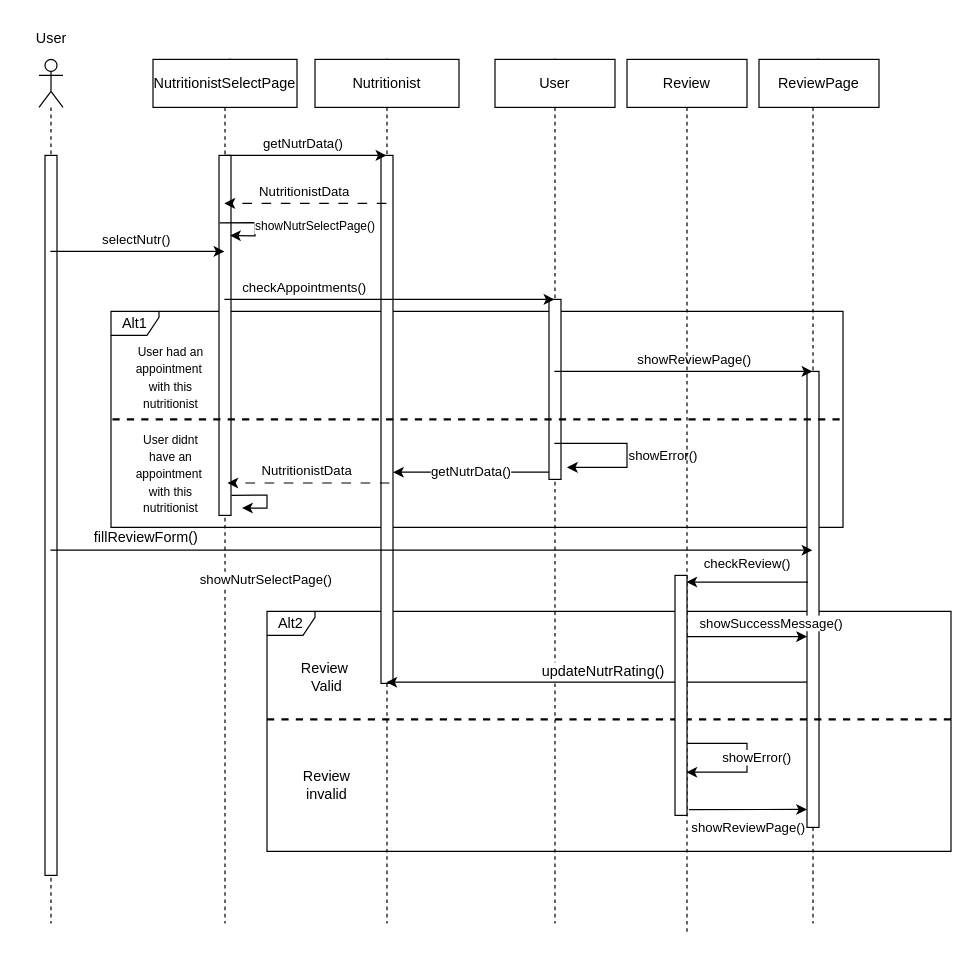
Dionkaps/Eu-Zin keeps this draw.io diagram as ΤΕΛΙΚΟ ΠΑΡΑΔΟΤΕΟ/Sequence-diagrams-v1.0/sd_αξιολόγηση_διατροφολογου.drawio. Above is the earlier version. Source tidied: cells renumbered, new cells numbered last; positions are measured from the earlier drawing's top-left corner, leaving out a move shared by most shapes. Both pictures are drawn from the tidied source at 120%, with x=0, y=0 at pixel (20, 20).
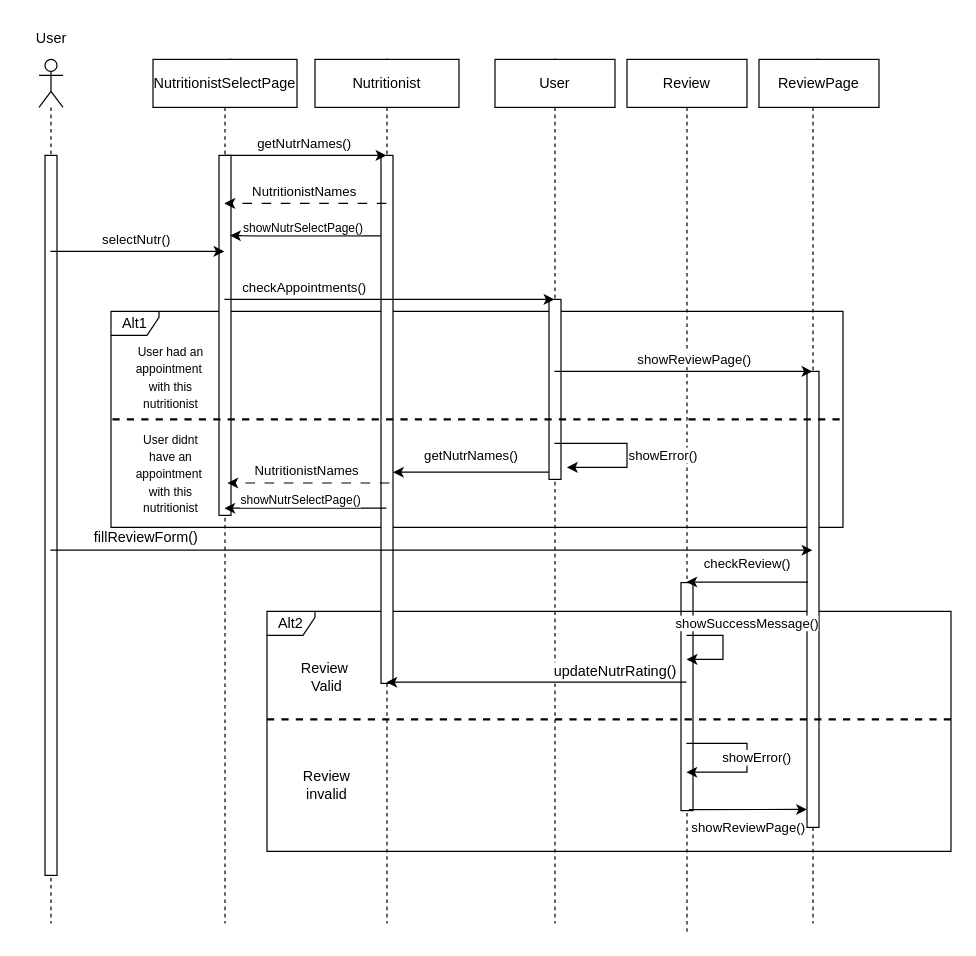
Above is the later version.

Unchanged cells that the change refers to:
```xml
<mxCell id="8" style="shape=umlLifeline;participant=umlBoundary;perimeter=lifelinePerimeter;whiteSpace=wrap;html=1;verticalAlign=top;spacingTop=36;outlineConnect=0;" parent="1" vertex="1">
  <mxGeometry x="145" y="32" width="50" height="720" as="geometry" />
</mxCell>
<mxCell id="11" style="shape=umlLifeline;participant=umlEntity;perimeter=lifelinePerimeter;whiteSpace=wrap;html=1;verticalAlign=top;spacingTop=36;outlineConnect=0;" parent="1" vertex="1">
  <mxGeometry x="285" y="32" width="40" height="720" as="geometry" />
</mxCell>
<mxCell id="14" style="html=1;points=[];perimeter=orthogonalPerimeter;fontSize=12;" parent="13" vertex="1">
  <mxGeometry x="20" y="260" width="10" height="380" as="geometry" />
</mxCell>
```

What changed in the source:
```diff
@@
+    <mxCell id="34" value="Review" style="shape=umlLifeline;perimeter=lifelinePerimeter;whiteSpace=wrap;html=1;outlineConnect=0;portConstraint=eastwest;newEdgeStyle={&quot;edgeStyle&quot;:&quot;elbowEdgeStyle&quot;,&quot;elbow&quot;:&quot;vertical&quot;,&quot;curved&quot;:0,&quot;rounded&quot;:0};" parent="1" vertex="1">
+      <mxGeometry x="505" y="32" width="100" height="730" as="geometry" />
+    </mxCell>
+    <mxCell id="43" style="html=1;perimeter=orthogonalPerimeter;" parent="1" vertex="1">
+      <mxGeometry x="550" y="468" width="10" height="190" as="geometry" />
+    </mxCell>
@@
-    <mxCell id="10" value="showNutrSelectPage()" style="endArrow=classic;html=1;rounded=0;entryX=0.92;entryY=0.284;entryDx=0;entryDy=0;entryPerimeter=0;exitX=0.04;exitY=0.232;exitDx=0;exitDy=0;exitPerimeter=0;fontSize=10;" parent="8" edge="1">
-      <mxGeometry x="0.09" y="50" relative="1" as="geometry">
-        <mxPoint x="20.4" y="136.3" as="sourcePoint" />
+    <mxCell id="10" value="showNutrSelectPage()" style="endArrow=classic;html=1;rounded=0;entryX=0.92;entryY=0.284;entryDx=0;entryDy=0;entryPerimeter=0;fontSize=10;" parent="8" edge="1" source="11">
+      <mxGeometry x="0.07" y="-7" relative="1" as="geometry">
         <mxPoint x="29.2" y="146.8" as="targetPoint" />
         <Array as="points">
-          <mxPoint x="50" y="136" />
+          <mxPoint x="70" y="147" />
+          <mxPoint x="60" y="147" />
           <mxPoint x="50" y="147" />
         </Array>
       </mxGeometry>
     </mxCell>
@@
-    <mxCell id="15" value="getNutrData()" style="endArrow=classic;html=1;rounded=0;" parent="1" edge="1" source="8" target="11">
-      <mxGeometry x="-0.03" y="10" relative="1" as="geometry">
+    <mxCell id="15" value="&lt;span style=&quot;color: rgb(0, 0, 0); font-family: Helvetica; font-size: 11px; font-style: normal; font-variant-ligatures: normal; font-variant-caps: normal; font-weight: 400; letter-spacing: normal; orphans: 2; text-align: center; text-indent: 0px; text-transform: none; widows: 2; word-spacing: 0px; -webkit-text-stroke-width: 0px; background-color: rgb(255, 255, 255); text-decoration-thickness: initial; text-decoration-style: initial; text-decoration-color: initial; float: none; display: inline !important;&quot;&gt;getNutrNames()&lt;/span&gt;" style="endArrow=classic;html=1;rounded=0;" parent="1" edge="1" source="8" target="11">
+      <mxGeometry x="-0.02" y="10" relative="1" as="geometry">
         <Array as="points">
           <mxPoint x="255" y="112" />
         </Array>
       </mxGeometry>
     </mxCell>
-    <mxCell id="16" value="NutritionistData" style="endArrow=classic;html=1;rounded=0;dashed=1;dashPattern=8 8;" parent="1" edge="1" source="11" target="8">
+    <mxCell id="16" value="NutritionistNames" style="endArrow=classic;html=1;rounded=0;dashed=1;dashPattern=8 8;" parent="1" edge="1" source="11" target="8">
       <mxGeometry x="0.02" y="-10" relative="1" as="geometry">
         <Array as="points">
           <mxPoint x="275" y="152" />
         </Array>
       </mxGeometry>
     </mxCell>
@@
-    <mxCell id="25" value="updateNutrRating()" style="endArrow=classic;html=1;rounded=0;strokeWidth=1;fontSize=12;" parent="1" edge="1" source="14">
-      <mxGeometry x="-0.03" y="-9" relative="1" as="geometry">
+    <mxCell id="25" value="updateNutrRating()" style="endArrow=classic;html=1;rounded=0;strokeWidth=1;fontSize=12;" parent="1" edge="1" source="34">
+      <mxGeometry x="-0.52" y="-9" relative="1" as="geometry">
         <mxPoint x="304.5" y="551" as="targetPoint" />
       </mxGeometry>
     </mxCell>
@@
-    <mxCell id="34" value="Review" style="shape=umlLifeline;perimeter=lifelinePerimeter;whiteSpace=wrap;html=1;outlineConnect=0;portConstraint=eastwest;newEdgeStyle={&quot;edgeStyle&quot;:&quot;elbowEdgeStyle&quot;,&quot;elbow&quot;:&quot;vertical&quot;,&quot;curved&quot;:0,&quot;rounded&quot;:0};" parent="1" vertex="1">
-      <mxGeometry x="505" y="32" width="100" height="730" as="geometry" />
-    </mxCell>
-    <mxCell id="35" value="showNutrSelectPage()" style="endArrow=classic;html=1;rounded=0;entryX=0.92;entryY=0.284;entryDx=0;entryDy=0;entryPerimeter=0;exitX=0.04;exitY=0.232;exitDx=0;exitDy=0;exitPerimeter=0;" parent="1" edge="1">
-      <mxGeometry x="0.32" y="60" relative="1" as="geometry">
-        <mxPoint x="175.4" y="395.3" as="sourcePoint" />
-        <mxPoint x="184.2" y="405.8" as="targetPoint" />
-        <Array as="points">
-          <mxPoint x="205" y="395" />
-          <mxPoint x="205" y="406" />
-        </Array>
-      </mxGeometry>
-    </mxCell>
@@
-    <mxCell id="38" value="getNutrData()" style="endArrow=classic;html=1;rounded=0;" parent="1" edge="1">
-      <mxGeometry relative="1" as="geometry">
+    <mxCell id="38" value="getNutrNames()" style="endArrow=classic;html=1;rounded=0;" parent="1" edge="1">
+      <mxGeometry y="-14" relative="1" as="geometry">
         <mxPoint x="440" y="376" as="sourcePoint" />
         <mxPoint x="310" y="376" as="targetPoint" />
       </mxGeometry>
     </mxCell>
-    <mxCell id="39" value="NutritionistData" style="endArrow=classic;html=1;rounded=0;dashed=1;dashPattern=8 8;" parent="1" edge="1">
+    <mxCell id="39" value="NutritionistNames" style="endArrow=classic;html=1;rounded=0;dashed=1;dashPattern=8 8;" parent="1" edge="1">
       <mxGeometry x="0.02" y="-10" relative="1" as="geometry">
         <mxPoint x="307" y="385" as="sourcePoint" />
         <mxPoint x="172" y="385" as="targetPoint" />
         <Array as="points">
           <mxPoint x="277" y="385" />
         </Array>
       </mxGeometry>
     </mxCell>
     <mxCell id="40" value="showSuccessMessage()" style="endArrow=classic;html=1;rounded=0;" parent="1" edge="1">
-      <mxGeometry x="0.4" y="11" relative="1" as="geometry">
-        <mxPoint x="555" y="513" as="sourcePoint" />
-        <mxPoint x="655" y="513" as="targetPoint" />
+      <mxGeometry x="-0.25" y="22" relative="1" as="geometry">
+        <mxPoint x="554.7" y="512" as="sourcePoint" />
+        <mxPoint x="554.7" y="532" as="targetPoint" />
+        <Array as="points">
+          <mxPoint x="585" y="512" />
+          <mxPoint x="585" y="532" />
+        </Array>
+        <mxPoint x="-2" y="-10" as="offset" />
       </mxGeometry>
     </mxCell>
-    <mxCell id="41" style="html=1;points=[];perimeter=orthogonalPerimeter;fontSize=12;" parent="1" vertex="1">
-      <mxGeometry x="545" y="462" width="10" height="200" as="geometry" />
-    </mxCell>
-    <mxCell id="42" value="showReviewPage()" style="endArrow=classic;html=1;rounded=0;exitX=1.16;exitY=0.976;exitDx=0;exitDy=0;exitPerimeter=0;" parent="1" edge="1" source="41">
+    <mxCell id="42" value="showReviewPage()" style="endArrow=classic;html=1;rounded=0;exitX=1.16;exitY=0.976;exitDx=0;exitDy=0;exitPerimeter=0;" parent="1" edge="1">
       <mxGeometry x="-0.01" y="-15" relative="1" as="geometry">
+        <mxPoint x="556.6" y="657.2" as="sourcePoint" />
         <mxPoint x="655" y="657" as="targetPoint" />
       </mxGeometry>
     </mxCell>
+    <mxCell id="35" value="showNutrSelectPage()" style="endArrow=classic;html=1;rounded=0;fontSize=10;" parent="1" edge="1" source="11" target="8">
+      <mxGeometry x="0.07" y="-7" relative="1" as="geometry">
+        <Array as="points">
+          <mxPoint x="219" y="406" />
+          <mxPoint x="209" y="406" />
+          <mxPoint x="199" y="406" />
+        </Array>
+      </mxGeometry>
+    </mxCell>
```
